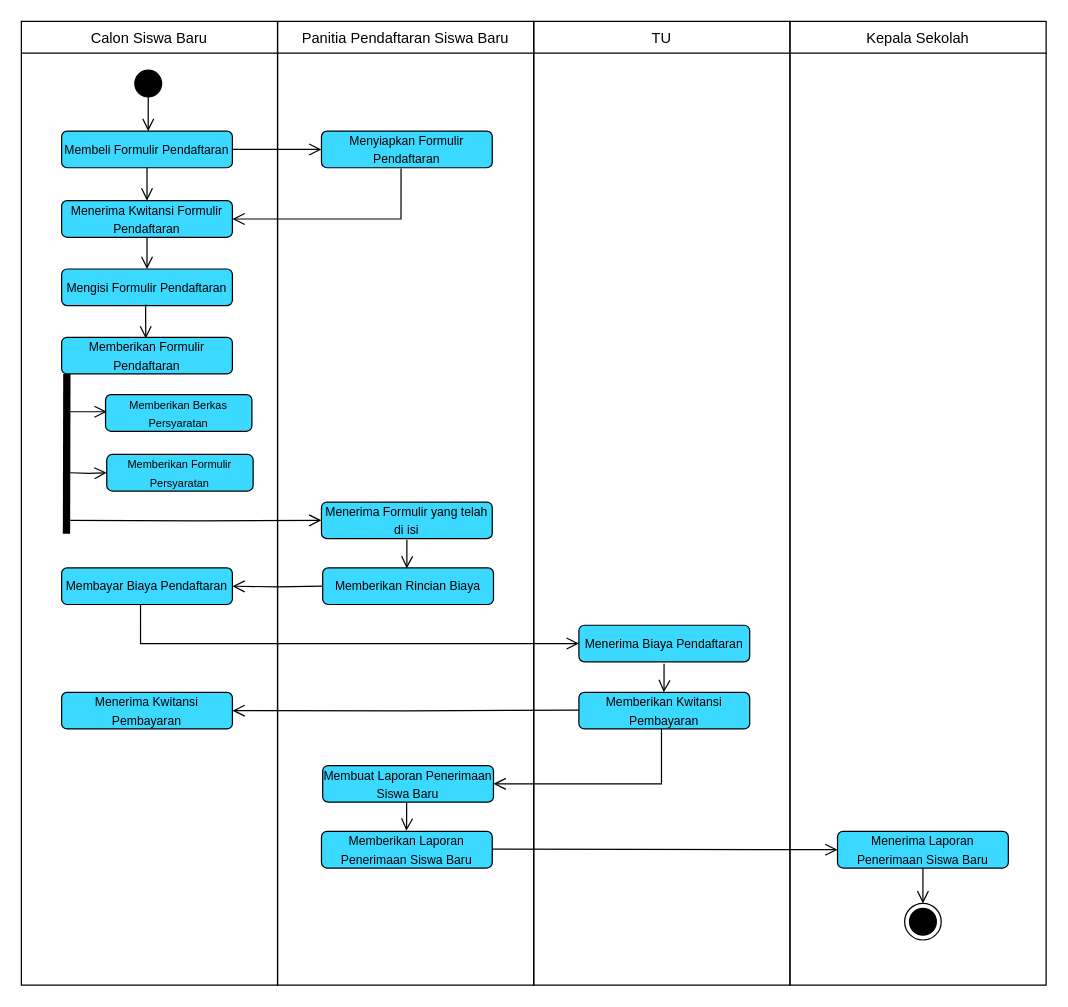
Before: activity.drawio in danangsptro/register-vhs, a draw.io diagram. Source tidied: cells renumbered, new cells numbered last; positions are measured from the earlier drawing's top-left corner, leaving out a move shared by most shapes. Both pictures are drawn from the tidied source at 122%, with x=0, y=0 at pixel (21, 21).
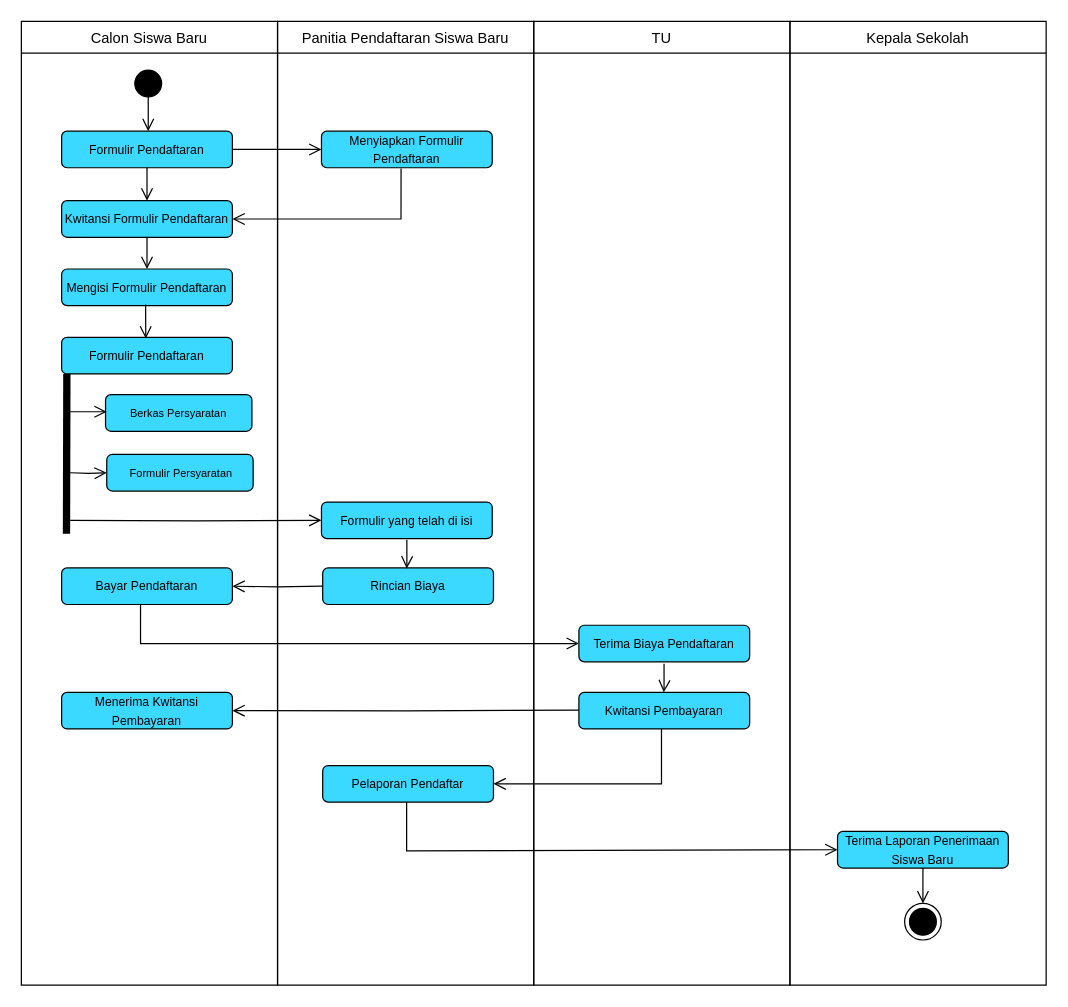
The same page after the edit.

The change refers to these unchanged cells:
```xml
<mxCell id="7" value="TU" style="swimlane;fontStyle=0;horizontal=1;startSize=26;fillColor=none;" parent="1" vertex="1">
  <mxGeometry x="420" width="210" height="790" as="geometry" />
</mxCell>
```

The edit, as a diff of the source:
```diff
@@
-    <mxCell id="5" value="&lt;font style=&quot;font-size: 10px;&quot;&gt;Membeli Formulir Pendaftaran&lt;/font&gt;" style="rounded=1;whiteSpace=wrap;html=1;strokeColor=default;fillColor=#3BD8FF;gradientColor=none;" parent="1" vertex="1">
+    <mxCell id="5" value="&lt;font style=&quot;font-size: 10px;&quot;&gt;Formulir Pendaftaran&lt;/font&gt;" style="rounded=1;whiteSpace=wrap;html=1;strokeColor=default;fillColor=#3BD8FF;gradientColor=none;" parent="1" vertex="1">
       <mxGeometry x="33" y="90" width="140" height="30" as="geometry" />
     </mxCell>
@@
-    <mxCell id="9" style="edgeStyle=orthogonalEdgeStyle;html=1;verticalAlign=bottom;endArrow=open;endSize=8;strokeColor=#000000;rounded=0;entryX=0;entryY=0.5;entryDx=0;entryDy=0;" parent="7" edge="1" target="28">
-      <mxGeometry relative="1" as="geometry">
-        <mxPoint x="-34" y="678.5" as="sourcePoint" />
-      </mxGeometry>
-    </mxCell>
@@
-    <mxCell id="11" value="&lt;font style=&quot;font-size: 10px;&quot;&gt;Menerima Kwitansi Formulir Pendaftaran&lt;/font&gt;" style="rounded=1;whiteSpace=wrap;html=1;strokeColor=default;fillColor=#3BD8FF;gradientColor=none;" parent="1" vertex="1">
+    <mxCell id="11" value="&lt;font style=&quot;font-size: 10px;&quot;&gt;Kwitansi Formulir Pendaftaran&lt;/font&gt;" style="rounded=1;whiteSpace=wrap;html=1;strokeColor=default;fillColor=#3BD8FF;gradientColor=none;" parent="1" vertex="1">
       <mxGeometry x="33" y="147" width="140" height="30" as="geometry" />
     </mxCell>
@@
-    <mxCell id="17" value="&lt;font style=&quot;font-size: 10px;&quot;&gt;Memberikan Formulir Pendaftaran&lt;/font&gt;" style="rounded=1;whiteSpace=wrap;html=1;strokeColor=default;fillColor=#3BD8FF;gradientColor=none;" parent="1" vertex="1">
+    <mxCell id="17" value="&lt;font style=&quot;font-size: 10px;&quot;&gt;Formulir Pendaftaran&lt;/font&gt;" style="rounded=1;whiteSpace=wrap;html=1;strokeColor=default;fillColor=#3BD8FF;gradientColor=none;" parent="1" vertex="1">
       <mxGeometry x="33" y="259" width="140" height="30" as="geometry" />
     </mxCell>
@@
-    <mxCell id="19" value="&lt;font style=&quot;font-size: 10px;&quot;&gt;Menerima Formulir yang telah di isi&lt;/font&gt;" style="rounded=1;whiteSpace=wrap;html=1;strokeColor=default;fillColor=#3BD8FF;gradientColor=none;" parent="1" vertex="1">
+    <mxCell id="19" value="&lt;font style=&quot;font-size: 10px;&quot;&gt;Formulir yang telah di isi&lt;/font&gt;" style="rounded=1;whiteSpace=wrap;html=1;strokeColor=default;fillColor=#3BD8FF;gradientColor=none;" parent="1" vertex="1">
       <mxGeometry x="246" y="394" width="140" height="30" as="geometry" />
     </mxCell>
-    <mxCell id="20" value="&lt;font style=&quot;font-size: 10px;&quot;&gt;Memberikan Rincian Biaya&lt;/font&gt;" style="rounded=1;whiteSpace=wrap;html=1;strokeColor=default;fillColor=#3BD8FF;gradientColor=none;" parent="1" vertex="1">
+    <mxCell id="20" value="&lt;font style=&quot;font-size: 10px;&quot;&gt;Rincian Biaya&lt;/font&gt;" style="rounded=1;whiteSpace=wrap;html=1;strokeColor=default;fillColor=#3BD8FF;gradientColor=none;" parent="1" vertex="1">
       <mxGeometry x="247" y="448" width="140" height="30" as="geometry" />
     </mxCell>
@@
-    <mxCell id="22" value="&lt;font size=&quot;1&quot;&gt;Membayar Biaya Pendaftaran&lt;/font&gt;" style="rounded=1;whiteSpace=wrap;html=1;strokeColor=default;fillColor=#3BD8FF;gradientColor=none;" parent="1" vertex="1">
+    <mxCell id="22" value="&lt;font size=&quot;1&quot;&gt;Bayar Pendaftaran&lt;/font&gt;" style="rounded=1;whiteSpace=wrap;html=1;strokeColor=default;fillColor=#3BD8FF;gradientColor=none;" parent="1" vertex="1">
       <mxGeometry x="33" y="448" width="140" height="30" as="geometry" />
     </mxCell>
-    <mxCell id="23" value="&lt;font size=&quot;1&quot;&gt;Menerima Biaya Pendaftaran&lt;/font&gt;" style="rounded=1;whiteSpace=wrap;html=1;strokeColor=default;fillColor=#3BD8FF;gradientColor=none;" parent="1" vertex="1">
+    <mxCell id="23" value="&lt;font size=&quot;1&quot;&gt;Terima Biaya Pendaftaran&lt;/font&gt;" style="rounded=1;whiteSpace=wrap;html=1;strokeColor=default;fillColor=#3BD8FF;gradientColor=none;" parent="1" vertex="1">
       <mxGeometry x="457" y="495" width="140" height="30" as="geometry" />
     </mxCell>
-    <mxCell id="24" value="&lt;font size=&quot;1&quot;&gt;Memberikan Kwitansi Pembayaran&lt;/font&gt;" style="rounded=1;whiteSpace=wrap;html=1;strokeColor=default;fillColor=#3BD8FF;gradientColor=none;" parent="1" vertex="1">
+    <mxCell id="24" value="&lt;font size=&quot;1&quot;&gt;Kwitansi Pembayaran&lt;/font&gt;" style="rounded=1;whiteSpace=wrap;html=1;strokeColor=default;fillColor=#3BD8FF;gradientColor=none;" parent="1" vertex="1">
       <mxGeometry x="457" y="550" width="140" height="30" as="geometry" />
     </mxCell>
@@
-    <mxCell id="26" value="&lt;font style=&quot;font-size: 10px;&quot;&gt;Membuat Laporan Penerimaan Siswa Baru&lt;/font&gt;" style="rounded=1;whiteSpace=wrap;html=1;strokeColor=default;fillColor=#3BD8FF;gradientColor=none;" parent="1" vertex="1">
+    <mxCell id="26" value="&lt;font style=&quot;font-size: 10px;&quot;&gt;Pelaporan Pendaftar&lt;/font&gt;" style="rounded=1;whiteSpace=wrap;html=1;strokeColor=default;fillColor=#3BD8FF;gradientColor=none;" parent="1" vertex="1">
       <mxGeometry x="247" y="610" width="140" height="30" as="geometry" />
     </mxCell>
-    <mxCell id="27" value="&lt;font style=&quot;font-size: 10px;&quot;&gt;Memberikan Laporan Penerimaan Siswa Baru&lt;/font&gt;" style="rounded=1;whiteSpace=wrap;html=1;strokeColor=default;fillColor=#3BD8FF;gradientColor=none;" parent="1" vertex="1">
-      <mxGeometry x="246" y="664" width="140" height="30" as="geometry" />
-    </mxCell>
-    <mxCell id="28" value="&lt;font style=&quot;font-size: 10px;&quot;&gt;Menerima Laporan Penerimaan Siswa Baru&lt;/font&gt;" style="rounded=1;whiteSpace=wrap;html=1;strokeColor=default;fillColor=#3BD8FF;gradientColor=none;" parent="1" vertex="1">
+    <mxCell id="28" value="&lt;font style=&quot;font-size: 10px;&quot;&gt;Terima Laporan Penerimaan Siswa Baru&lt;/font&gt;" style="rounded=1;whiteSpace=wrap;html=1;strokeColor=default;fillColor=#3BD8FF;gradientColor=none;" parent="1" vertex="1">
       <mxGeometry x="669" y="664" width="140" height="30" as="geometry" />
     </mxCell>
@@
-    <mxCell id="33" value="&lt;font style=&quot;font-size: 9px;&quot;&gt;Memberikan Berkas Persyaratan&lt;/font&gt;" style="rounded=1;whiteSpace=wrap;html=1;strokeColor=default;fillColor=#3BD8FF;gradientColor=none;" parent="1" vertex="1">
+    <mxCell id="33" value="&lt;font style=&quot;font-size: 9px;&quot;&gt;Berkas Persyaratan&lt;/font&gt;" style="rounded=1;whiteSpace=wrap;html=1;strokeColor=default;fillColor=#3BD8FF;gradientColor=none;" parent="1" vertex="1">
       <mxGeometry x="69" y="306" width="120" height="30" as="geometry" />
     </mxCell>
-    <mxCell id="34" value="&lt;font style=&quot;font-size: 9px;&quot;&gt;Memberikan Formulir Persyaratan&lt;/font&gt;" style="rounded=1;whiteSpace=wrap;html=1;strokeColor=default;fillColor=#3BD8FF;gradientColor=none;" parent="1" vertex="1">
+    <mxCell id="34" value="&lt;font style=&quot;font-size: 9px;&quot;&gt;&amp;nbsp;Formulir Persyaratan&lt;/font&gt;" style="rounded=1;whiteSpace=wrap;html=1;strokeColor=default;fillColor=#3BD8FF;gradientColor=none;" parent="1" vertex="1">
       <mxGeometry x="70" y="355" width="120" height="30" as="geometry" />
     </mxCell>
@@
-    <mxCell id="42" style="edgeStyle=orthogonalEdgeStyle;html=1;verticalAlign=bottom;endArrow=open;endSize=8;strokeColor=#000000;rounded=0;entryX=0.492;entryY=0.017;entryDx=0;entryDy=0;entryPerimeter=0;" parent="1" edge="1">
+    <mxCell id="42" style="edgeStyle=orthogonalEdgeStyle;html=1;verticalAlign=bottom;endArrow=open;endSize=8;strokeColor=#000000;rounded=0;entryX=0;entryY=0.5;entryDx=0;entryDy=0;" parent="1" edge="1" target="28">
       <mxGeometry relative="1" as="geometry">
         <mxPoint x="315.8" y="640" as="sourcePoint" />
-        <mxPoint x="315.6" y="663.5" as="targetPoint" />
         <Array as="points">
-          <mxPoint x="315.8" y="660" />
+          <mxPoint x="316" y="680" />
         </Array>
       </mxGeometry>
     </mxCell>
```
